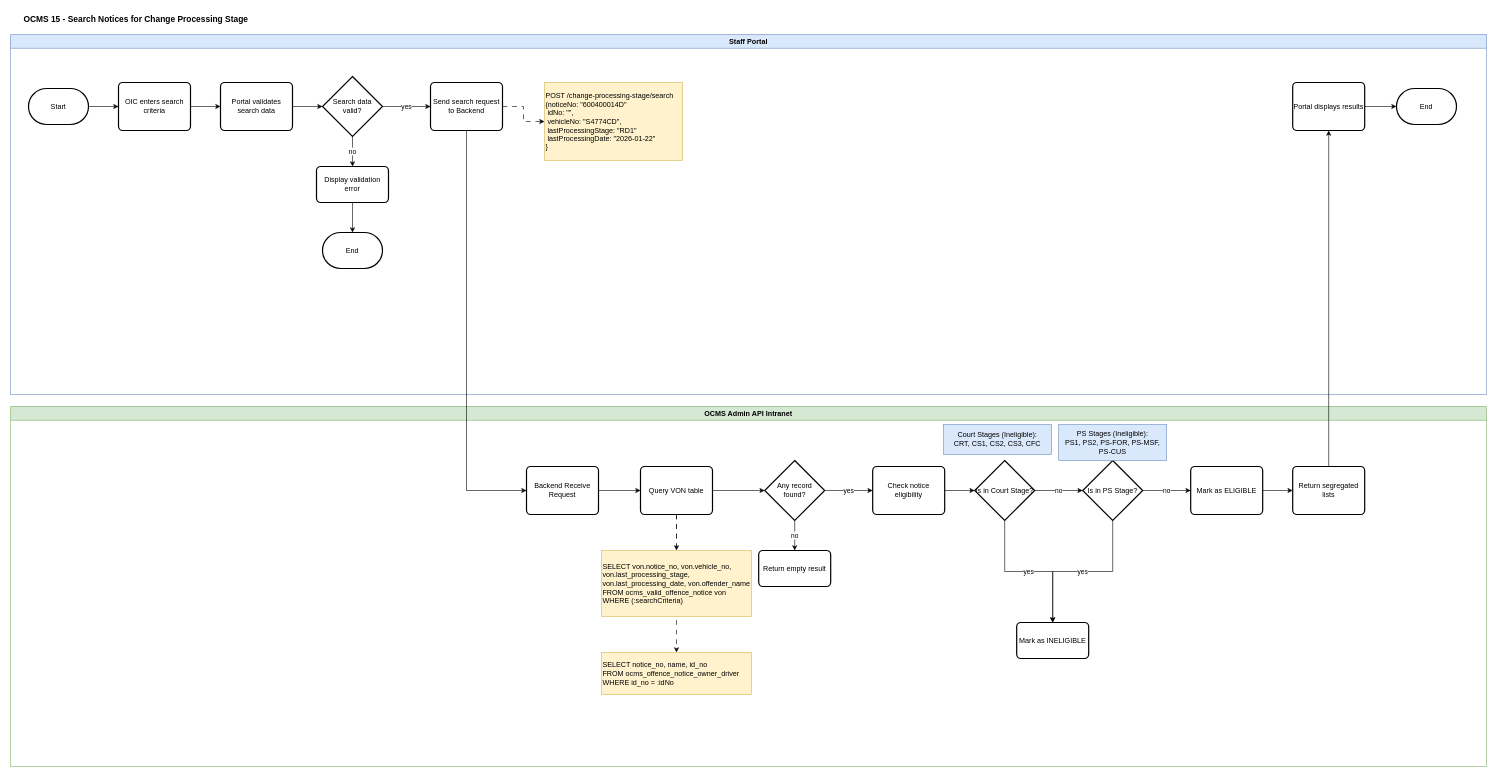
Above: page "Section_1_Search_Notices" (2 of 9) of OCMS 15/OCMS15-Technical_Flowchart.drawio in rafifmgg/techdoc (draw.io), before the change. Source tidied: cells renumbered, new cells numbered last; positions are measured from the earlier drawing's top-left corner, leaving out a move shared by most shapes. Both pictures are drawn from the tidied source at 60%, with x=0, y=0 at pixel (10, 10).
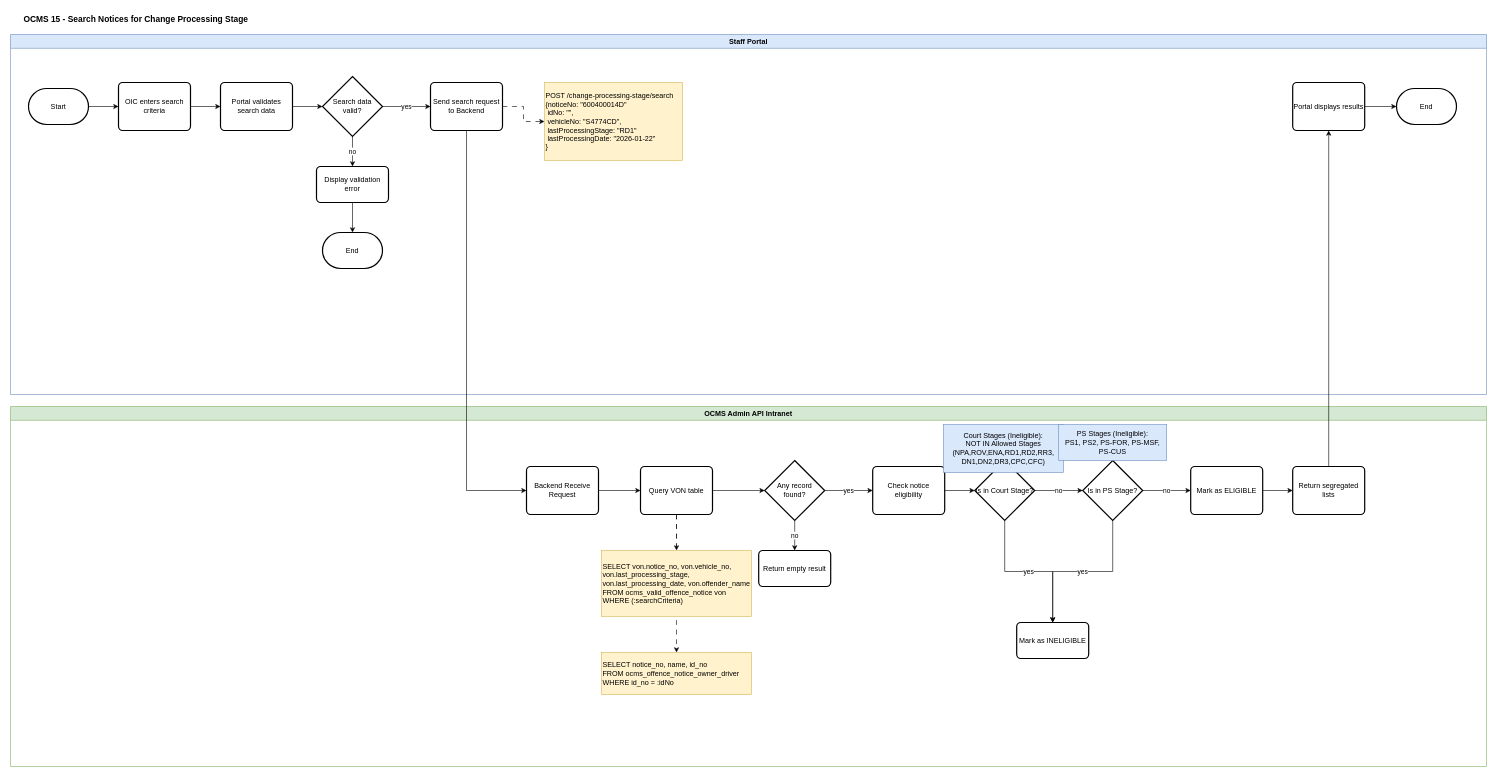
The same diagram, later.

The change refers to these unchanged cells:
```xml
<mxCell id="14" value="OCMS Admin API Intranet" style="swimlane;whiteSpace=wrap;html=1;fillColor=#d5e8d4;strokeColor=#82b366;" parent="1" vertex="1">
  <mxGeometry y="660" width="2460" height="600" as="geometry" />
</mxCell>
```

Change to the diagram source:
```diff
@@
-    <mxCell id="28" value="Court Stages (Ineligible):&lt;br/&gt;CRT, CS1, CS2, CS3, CFC" style="text;html=1;whiteSpace=wrap;strokeColor=#6c8ebf;fillColor=#dae8fc;align=center;verticalAlign=middle;rounded=0;" parent="14" vertex="1">
-      <mxGeometry x="1555" y="30" width="180" height="50" as="geometry" />
+    <mxCell id="28" value="Court Stages (Ineligible):&lt;br/&gt;NOT IN Allowed Stages&lt;br/&gt;(NPA,ROV,ENA,RD1,RD2,RR3,&lt;br/&gt;DN1,DN2,DR3,CPC,CFC)" style="text;html=1;whiteSpace=wrap;strokeColor=#6c8ebf;fillColor=#dae8fc;align=center;verticalAlign=middle;rounded=0;" parent="14" vertex="1">
+      <mxGeometry x="1555" y="30" width="200" height="80" as="geometry" />
     </mxCell>
```
